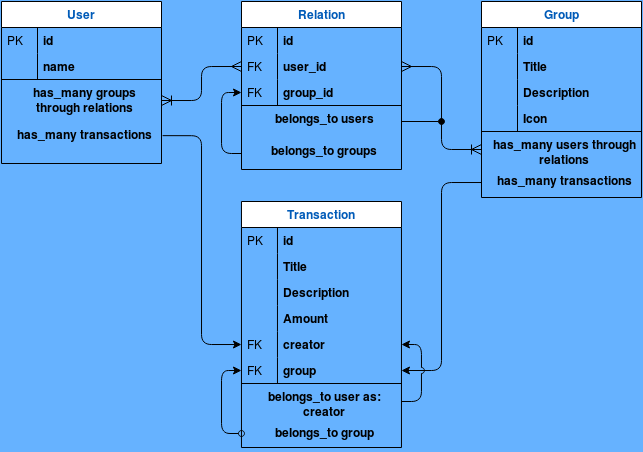
Above: app/assets/images/GroupOurTransactionsCAPstonePRJ.png in NewIncome/MV_Group-Our-Transactions (draw.io), before the change. Source tidied: cells renumbered, new cells last; positions are measured from the earlier drawing's top-left corner, leaving out a move shared by most shapes.
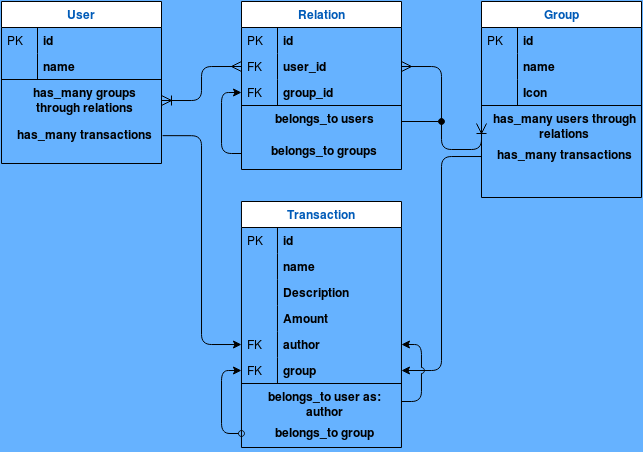
The same diagram one commit later.

Commit message:
Modify the ER Diagram for basic-requirements compliance.

Change to the diagram source:
```diff
@@ -84,29 +84,23 @@
     <mxCell id="25" value="PK" style="shape=partialRectangle;top=0;left=0;bottom=0;fillColor=none;align=left;verticalAlign=top;spacingLeft=4;spacingRight=4;overflow=hidden;" parent="24" vertex="1">
       <mxGeometry width="36" height="26" as="geometry" />
     </mxCell>
-    <mxCell id="26" value="Title" style="shape=partialRectangle;top=0;left=0;right=0;bottom=1;align=left;verticalAlign=top;fillColor=none;spacingLeft=40;spacingRight=4;overflow=hidden;rounded=0;shadow=0;strokeWidth=1;fontStyle=1;strokeColor=none;" parent="23" vertex="1">
+    <mxCell id="26" value="name" style="shape=partialRectangle;top=0;left=0;right=0;bottom=1;align=left;verticalAlign=top;fillColor=none;spacingLeft=40;spacingRight=4;overflow=hidden;rounded=0;shadow=0;strokeWidth=1;fontStyle=1;strokeColor=none;" parent="23" vertex="1">
       <mxGeometry y="52" width="160" height="26" as="geometry" />
     </mxCell>
     <mxCell id="27" style="shape=partialRectangle;top=0;left=0;bottom=0;fillColor=none;align=left;verticalAlign=top;spacingLeft=4;spacingRight=4;overflow=hidden;" parent="26" vertex="1">
       <mxGeometry width="36" height="26" as="geometry" />
     </mxCell>
-    <mxCell id="28" value="Description" style="shape=partialRectangle;top=0;left=0;right=0;bottom=1;align=left;verticalAlign=top;fillColor=none;spacingLeft=40;spacingRight=4;overflow=hidden;rounded=0;shadow=0;strokeWidth=1;fontStyle=1;strokeColor=none;" parent="23" vertex="1">
-      <mxGeometry y="78" width="160" height="26" as="geometry" />
-    </mxCell>
-    <mxCell id="29" style="shape=partialRectangle;top=0;left=0;bottom=0;fillColor=none;align=left;verticalAlign=top;spacingLeft=4;spacingRight=4;overflow=hidden;" parent="28" vertex="1">
-      <mxGeometry width="36" height="26" as="geometry" />
-    </mxCell>
     <mxCell id="30" value="Icon" style="shape=partialRectangle;top=0;left=0;right=0;bottom=1;align=left;verticalAlign=top;fillColor=none;spacingLeft=40;spacingRight=4;overflow=hidden;rounded=0;shadow=0;strokeWidth=1;fontStyle=1;" parent="23" vertex="1">
-      <mxGeometry y="104" width="160" height="26" as="geometry" />
+      <mxGeometry y="78" width="160" height="26" as="geometry" />
     </mxCell>
     <mxCell id="31" style="shape=partialRectangle;top=0;left=0;bottom=0;fillColor=none;align=left;verticalAlign=top;spacingLeft=4;spacingRight=4;overflow=hidden;" parent="30" vertex="1">
       <mxGeometry width="36" height="26" as="geometry" />
     </mxCell>
     <mxCell id="32" value="has_many users through relations" style="shape=partialRectangle;top=0;left=0;right=0;bottom=0;align=center;verticalAlign=top;fillColor=none;spacingLeft=10;spacingRight=4;overflow=hidden;points=[[0,0.5],[1,0.5]];portConstraint=eastwest;rounded=0;shadow=0;strokeWidth=1;fontStyle=1;whiteSpace=wrap;" parent="23" vertex="1">
-      <mxGeometry y="130" width="160" height="36" as="geometry" />
+      <mxGeometry y="104" width="160" height="36" as="geometry" />
     </mxCell>
     <mxCell id="33" value="has_many transactions" style="shape=partialRectangle;top=0;left=0;right=0;bottom=0;align=center;verticalAlign=top;fillColor=none;spacingLeft=10;spacingRight=4;overflow=hidden;points=[[0,0.5],[1,0.5]];portConstraint=eastwest;rounded=0;shadow=0;strokeWidth=1;fontStyle=1;whiteSpace=wrap;" parent="23" vertex="1">
-      <mxGeometry y="166" width="160" height="30" as="geometry" />
+      <mxGeometry y="140" width="160" height="30" as="geometry" />
     </mxCell>
     <mxCell id="34" value="Transaction" style="swimlane;fontStyle=1;horizontal=1;startSize=26;rounded=0;shadow=0;strokeWidth=1;fontColor=#005BB8;" parent="1" vertex="1">
       <mxGeometry x="240" y="200" width="160" height="246" as="geometry" />
@@ -117,7 +111,7 @@
     <mxCell id="36" value="PK" style="shape=partialRectangle;top=0;left=0;bottom=0;fillColor=none;align=left;verticalAlign=top;spacingLeft=4;spacingRight=4;overflow=hidden;" parent="35" vertex="1">
       <mxGeometry width="36" height="26" as="geometry" />
     </mxCell>
-    <mxCell id="37" value="Title" style="shape=partialRectangle;top=0;left=0;right=0;bottom=1;align=left;verticalAlign=top;fillColor=none;spacingLeft=40;spacingRight=4;overflow=hidden;rounded=0;shadow=0;strokeWidth=1;fontStyle=1;strokeColor=none;" parent="34" vertex="1">
+    <mxCell id="37" value="name" style="shape=partialRectangle;top=0;left=0;right=0;bottom=1;align=left;verticalAlign=top;fillColor=none;spacingLeft=40;spacingRight=4;overflow=hidden;rounded=0;shadow=0;strokeWidth=1;fontStyle=1;strokeColor=none;" parent="34" vertex="1">
       <mxGeometry y="52" width="160" height="26" as="geometry" />
     </mxCell>
     <mxCell id="38" style="shape=partialRectangle;top=0;left=0;bottom=0;fillColor=none;align=left;verticalAlign=top;spacingLeft=4;spacingRight=4;overflow=hidden;" parent="37" vertex="1">
@@ -135,7 +129,7 @@
     <mxCell id="42" style="shape=partialRectangle;top=0;left=0;bottom=0;fillColor=none;align=left;verticalAlign=top;spacingLeft=4;spacingRight=4;overflow=hidden;" parent="41" vertex="1">
       <mxGeometry width="36" height="26" as="geometry" />
     </mxCell>
-    <mxCell id="43" value="creator" style="shape=partialRectangle;top=0;left=0;right=0;bottom=1;align=left;verticalAlign=top;fillColor=none;spacingLeft=40;spacingRight=4;overflow=hidden;points=[[0,0.5],[1,0.5]];portConstraint=eastwest;rounded=0;shadow=0;strokeWidth=1;fontStyle=1;strokeColor=none;" parent="34" vertex="1">
+    <mxCell id="43" value="author" style="shape=partialRectangle;top=0;left=0;right=0;bottom=1;align=left;verticalAlign=top;fillColor=none;spacingLeft=40;spacingRight=4;overflow=hidden;points=[[0,0.5],[1,0.5]];portConstraint=eastwest;rounded=0;shadow=0;strokeWidth=1;fontStyle=1;strokeColor=none;" parent="34" vertex="1">
       <mxGeometry y="130" width="160" height="26" as="geometry" />
     </mxCell>
     <mxCell id="44" value="FK" style="shape=partialRectangle;top=0;left=0;bottom=0;fillColor=none;align=left;verticalAlign=top;spacingLeft=4;spacingRight=4;overflow=hidden;" parent="43" vertex="1">
@@ -155,7 +149,7 @@
         </Array>
       </mxGeometry>
     </mxCell>
-    <mxCell id="48" value="belongs_to user as: creator" style="shape=partialRectangle;top=0;left=0;right=0;bottom=0;align=center;verticalAlign=top;fillColor=none;spacingLeft=10;spacingRight=4;overflow=hidden;points=[[0,0.5],[1,0.5]];portConstraint=eastwest;rounded=0;shadow=0;strokeWidth=1;fontStyle=1;whiteSpace=wrap;" parent="34" vertex="1">
+    <mxCell id="48" value="belongs_to user as: author" style="shape=partialRectangle;top=0;left=0;right=0;bottom=0;align=center;verticalAlign=top;fillColor=none;spacingLeft=10;spacingRight=4;overflow=hidden;points=[[0,0.5],[1,0.5]];portConstraint=eastwest;rounded=0;shadow=0;strokeWidth=1;fontStyle=1;whiteSpace=wrap;" parent="34" vertex="1">
       <mxGeometry y="182" width="160" height="36" as="geometry" />
     </mxCell>
     <mxCell id="49" style="edgeStyle=orthogonalEdgeStyle;rounded=1;jettySize=auto;html=1;entryX=0;entryY=0.5;entryDx=0;entryDy=0;fontColor=#005BB8;startArrow=oval;startFill=0;" parent="34" edge="1" source="50" target="45">
```
